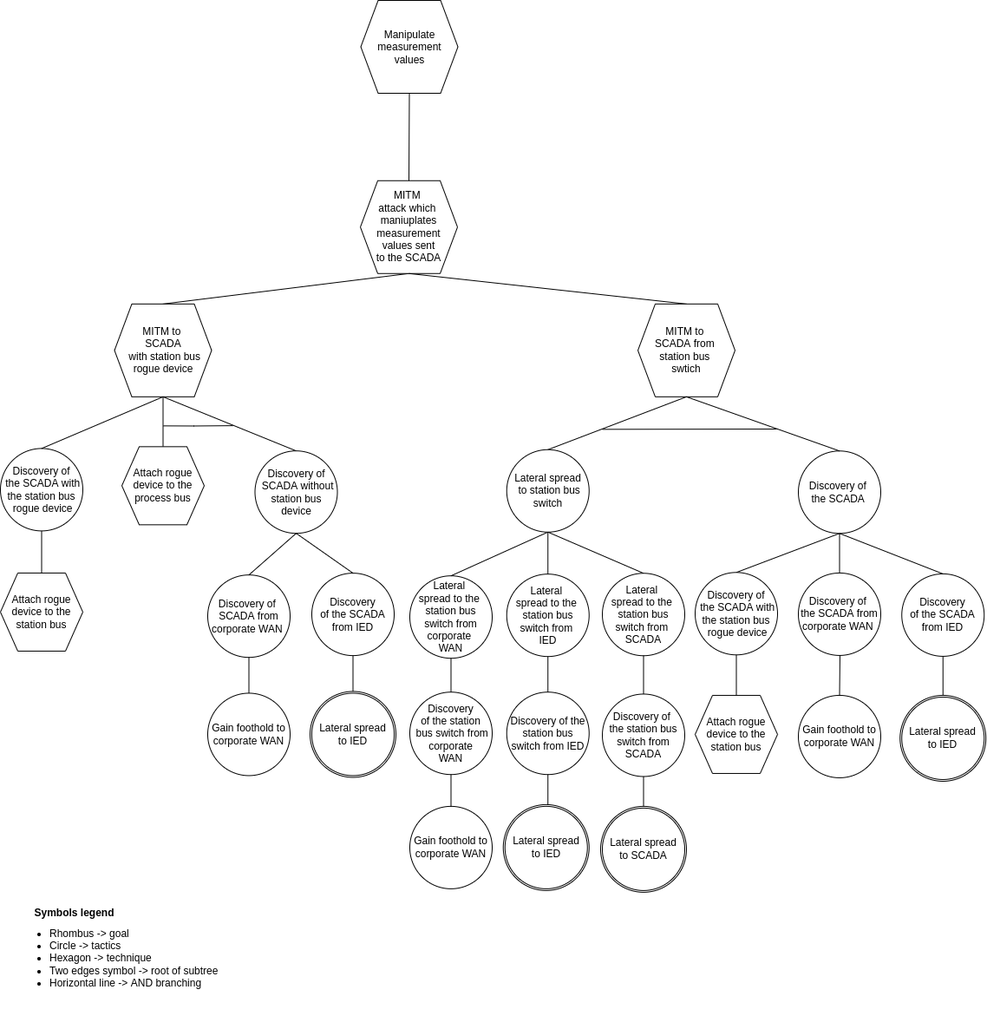
The draw.io diagram drawIO_trees/solution_3_4.drawio.png in mihaelM/Attack_trees, before a commit. Source tidied: cells renumbered, new cells last; positions are measured from the earlier drawing's top-left corner, leaving out a move shared by most shapes.
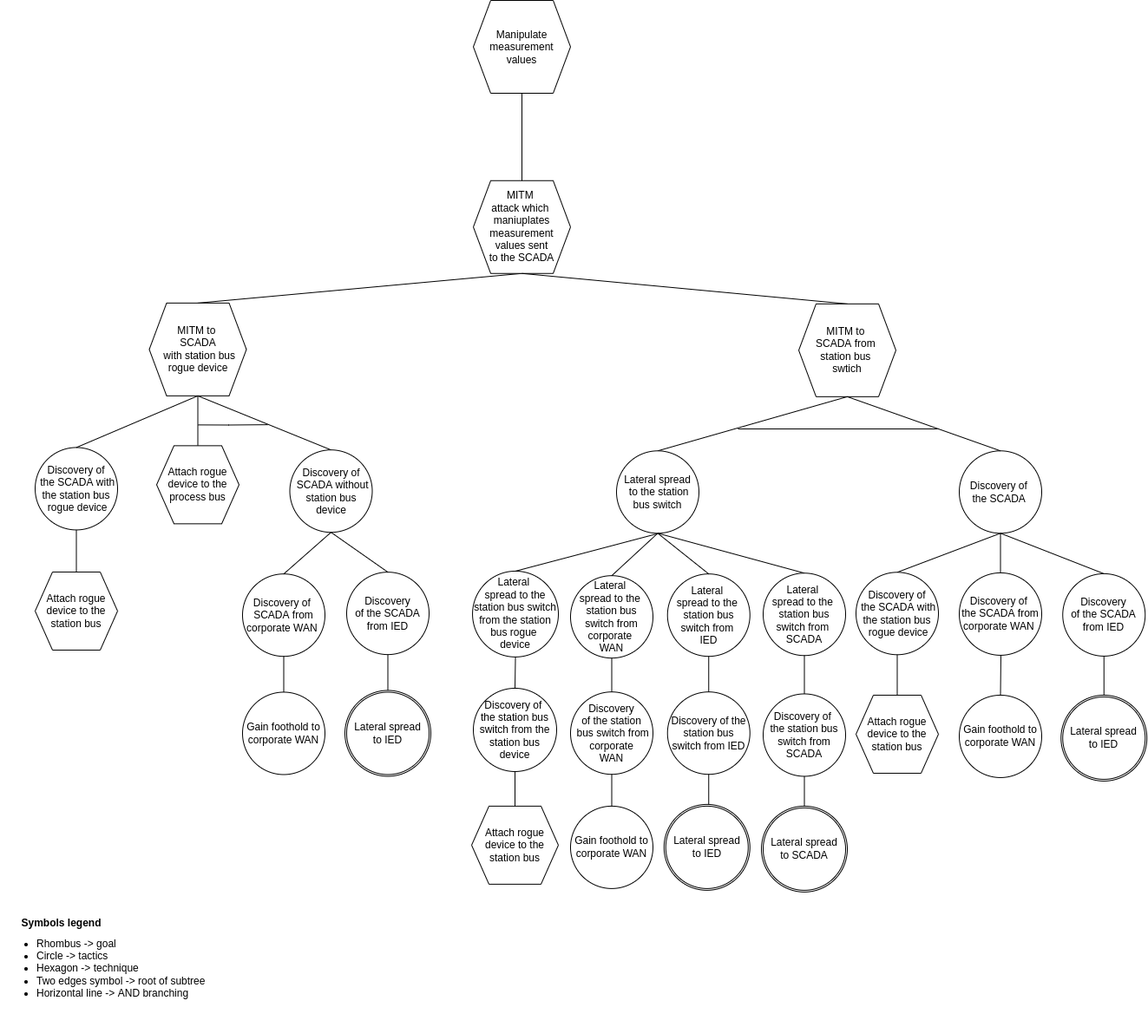
Above is the later version.

Diff of the diagram source:
```diff
@@ -3,19 +3,19 @@
     <mxCell id="0" />
     <mxCell id="1" parent="0" />
     <mxCell id="2" value="&lt;font style=&quot;font-size: 12px&quot;&gt;Symbols legend&lt;/font&gt;" style="text;strokeColor=none;fillColor=none;html=1;fontSize=24;fontStyle=1;verticalAlign=middle;align=center;" parent="1" vertex="1">
-      <mxGeometry x="35" y="1027.9" width="100" height="40" as="geometry" />
+      <mxGeometry x="-165" y="1040" width="100" height="40" as="geometry" />
     </mxCell>
     <mxCell id="3" value="&lt;ul&gt;&lt;li&gt;&lt;span&gt;Rhombus -&amp;gt; goal&lt;/span&gt;&lt;/li&gt;&lt;li&gt;&lt;span&gt;Circle -&amp;gt; tactics&lt;/span&gt;&lt;br&gt;&lt;/li&gt;&lt;li&gt;Hexagon -&amp;gt; technique&lt;/li&gt;&lt;li&gt;Two edges symbol -&amp;gt; root of subtree&lt;/li&gt;&lt;li&gt;Horizontal line -&amp;gt; AND branching&lt;/li&gt;&lt;/ul&gt;" style="text;strokeColor=none;fillColor=none;html=1;whiteSpace=wrap;verticalAlign=middle;overflow=hidden;fontSize=12;" parent="1" vertex="1">
-      <mxGeometry x="15" y="1037.9" width="256" height="132.1" as="geometry" />
+      <mxGeometry x="-185" y="1050" width="256" height="132.1" as="geometry" />
     </mxCell>
     <mxCell id="4" value="Manipulate measurement values" style="shape=hexagon;perimeter=hexagonPerimeter2;whiteSpace=wrap;html=1;fixedSize=1;" parent="1" vertex="1">
-      <mxGeometry x="415.5" width="112" height="107" as="geometry" />
+      <mxGeometry x="360" width="112" height="107" as="geometry" />
     </mxCell>
     <mxCell id="5" style="endArrow=none;html=1;rounded=0;entryX=0.5;entryY=0;entryDx=0;entryDy=0;exitX=0.5;exitY=1;exitDx=0;exitDy=0;" parent="1" edge="1" source="6" target="32">
       <mxGeometry relative="1" as="geometry" />
     </mxCell>
     <mxCell id="6" value="MITM &lt;br&gt;attack which &lt;br&gt;maniuplates measurement values sent&lt;br&gt;to the SCADA" style="shape=hexagon;perimeter=hexagonPerimeter2;whiteSpace=wrap;html=1;fixedSize=1;" parent="1" vertex="1">
-      <mxGeometry x="415" y="207.8" width="112" height="107" as="geometry" />
+      <mxGeometry x="360" y="207.8" width="112" height="107" as="geometry" />
     </mxCell>
     <mxCell id="7" value="Gain foothold to corporate WAN" style="ellipse;whiteSpace=wrap;html=1;" parent="1" vertex="1">
       <mxGeometry x="472" y="928.9" width="95" height="95" as="geometry" />
@@ -36,10 +36,10 @@
       <mxGeometry relative="1" as="geometry" />
     </mxCell>
     <mxCell id="13" value="Attach rogue device to the station bus" style="shape=hexagon;perimeter=hexagonPerimeter2;whiteSpace=wrap;html=1;fixedSize=1;" parent="1" vertex="1">
-      <mxGeometry y="660" width="95" height="90" as="geometry" />
+      <mxGeometry x="-145" y="659" width="95" height="90" as="geometry" />
     </mxCell>
     <mxCell id="14" value="Discovery of&lt;br&gt;&amp;nbsp;the SCADA with the station bus&lt;br&gt;&amp;nbsp;rogue device" style="ellipse;whiteSpace=wrap;html=1;" parent="1" vertex="1">
-      <mxGeometry y="516.4" width="95" height="95" as="geometry" />
+      <mxGeometry x="-145" y="515.4" width="95" height="95" as="geometry" />
     </mxCell>
     <mxCell id="15" style="endArrow=none;html=1;rounded=0;exitX=0.5;exitY=1;exitDx=0;exitDy=0;entryX=0.5;entryY=0;entryDx=0;entryDy=0;" parent="1" edge="1" source="14" target="13">
       <mxGeometry relative="1" as="geometry" />
@@ -90,15 +90,15 @@
     </mxCell>
     <mxCell id="30" style="endArrow=none;html=1;rounded=0;" parent="1" edge="1">
       <mxGeometry relative="1" as="geometry">
-        <mxPoint x="694" y="494.3" as="sourcePoint" />
+        <mxPoint x="665" y="494" as="sourcePoint" />
         <mxPoint x="895" y="494" as="targetPoint" />
       </mxGeometry>
     </mxCell>
-    <mxCell id="31" value="Lateral spread&lt;br&gt;&amp;nbsp;to station bus switch" style="ellipse;whiteSpace=wrap;html=1;" parent="1" vertex="1">
-      <mxGeometry x="583.8" y="517.8" width="95" height="95" as="geometry" />
+    <mxCell id="31" value="Lateral spread&lt;br&gt;&amp;nbsp;to the station bus switch" style="ellipse;whiteSpace=wrap;html=1;" parent="1" vertex="1">
+      <mxGeometry x="525" y="519.3" width="95" height="95" as="geometry" />
     </mxCell>
     <mxCell id="32" value="MITM to &lt;br&gt;SCADA&lt;br&gt;&amp;nbsp;with station bus rogue device" style="shape=hexagon;perimeter=hexagonPerimeter2;whiteSpace=wrap;html=1;fixedSize=1;" parent="1" vertex="1">
-      <mxGeometry x="131.5" y="349.9" width="112" height="107" as="geometry" />
+      <mxGeometry x="-13.5" y="348.9" width="112" height="107" as="geometry" />
     </mxCell>
     <mxCell id="33" style="endArrow=none;html=1;rounded=0;entryX=0.5;entryY=0;entryDx=0;entryDy=0;exitX=0.5;exitY=1;exitDx=0;exitDy=0;" parent="1" edge="1" source="32" target="14">
       <mxGeometry relative="1" as="geometry" />
@@ -120,38 +120,38 @@
     </mxCell>
     <mxCell id="39" style="endArrow=none;html=1;rounded=0;" parent="1" edge="1">
       <mxGeometry relative="1" as="geometry">
-        <mxPoint x="188" y="490.3" as="sourcePoint" />
-        <mxPoint x="268" y="490.1" as="targetPoint" />
+        <mxPoint x="43" y="489.4" as="sourcePoint" />
+        <mxPoint x="123" y="489.1" as="targetPoint" />
         <Array as="points">
-          <mxPoint x="223" y="490.5" />
+          <mxPoint x="78" y="489.5" />
         </Array>
       </mxGeometry>
     </mxCell>
     <mxCell id="40" value="Attach rogue device to the process bus" style="shape=hexagon;perimeter=hexagonPerimeter2;whiteSpace=wrap;html=1;fixedSize=1;" parent="1" vertex="1">
-      <mxGeometry x="140" y="514.3" width="95" height="90" as="geometry" />
+      <mxGeometry x="-5" y="513.4" width="95" height="90" as="geometry" />
     </mxCell>
     <mxCell id="41" value="Discovery of&lt;br&gt;&amp;nbsp;SCADA without station bus device" style="ellipse;whiteSpace=wrap;html=1;" parent="1" vertex="1">
-      <mxGeometry x="293.5" y="519.2" width="95" height="95" as="geometry" />
+      <mxGeometry x="148.5" y="518.2" width="95" height="95" as="geometry" />
     </mxCell>
     <mxCell id="42" value="Gain foothold to corporate WAN" style="ellipse;whiteSpace=wrap;html=1;" parent="1" vertex="1">
-      <mxGeometry x="239" y="798.4" width="95" height="95" as="geometry" />
+      <mxGeometry x="94" y="797.5" width="95" height="95" as="geometry" />
     </mxCell>
     <mxCell id="43" style="endArrow=none;html=1;rounded=0;exitX=0.5;exitY=1;exitDx=0;exitDy=0;entryX=0.5;entryY=0;entryDx=0;entryDy=0;" parent="1" edge="1" source="44" target="42">
       <mxGeometry relative="1" as="geometry" />
     </mxCell>
     <mxCell id="44" value="Discovery&amp;nbsp;of &lt;br&gt;SCADA from corporate WAN&amp;nbsp;" style="ellipse;whiteSpace=wrap;html=1;" parent="1" vertex="1">
-      <mxGeometry x="239" y="662.2" width="95" height="95" as="geometry" />
+      <mxGeometry x="94" y="661.2" width="95" height="95" as="geometry" />
     </mxCell>
     <mxCell id="45" style="endArrow=none;html=1;rounded=0;entryX=0.5;entryY=1;entryDx=0;entryDy=0;exitX=0.5;exitY=0;exitDx=0;exitDy=0;" parent="1" edge="1" source="44" target="41">
       <mxGeometry relative="1" as="geometry" />
     </mxCell>
     <mxCell id="46" style="endArrow=none;html=1;rounded=0;exitX=0.5;exitY=1;exitDx=0;exitDy=0;entryX=0.5;entryY=0;entryDx=0;entryDy=0;" parent="1" edge="1" source="47">
       <mxGeometry relative="1" as="geometry">
-        <mxPoint x="406.5" y="799.7" as="targetPoint" />
+        <mxPoint x="261.5" y="798.7" as="targetPoint" />
       </mxGeometry>
     </mxCell>
     <mxCell id="47" value="Discovery&lt;br&gt;of the SCADA from IED" style="ellipse;whiteSpace=wrap;html=1;" parent="1" vertex="1">
-      <mxGeometry x="359" y="660.1" width="95" height="95" as="geometry" />
+      <mxGeometry x="214" y="659.1" width="95" height="95" as="geometry" />
     </mxCell>
     <mxCell id="48" style="endArrow=none;html=1;rounded=0;exitX=0.5;exitY=0;exitDx=0;exitDy=0;entryX=0.5;entryY=1;entryDx=0;entryDy=0;" parent="1" edge="1" source="47" target="41">
       <mxGeometry relative="1" as="geometry" />
@@ -191,10 +191,10 @@
       </mxGeometry>
     </mxCell>
     <mxCell id="59" style="ellipse;whiteSpace=wrap;html=1;" parent="1" vertex="1">
-      <mxGeometry x="357" y="796.4" width="99" height="99" as="geometry" />
+      <mxGeometry x="212" y="795.5" width="99" height="99" as="geometry" />
     </mxCell>
     <mxCell id="60" value="Lateral spread&lt;br&gt;to IED" style="ellipse;whiteSpace=wrap;html=1;" parent="1" vertex="1">
-      <mxGeometry x="359" y="798.4" width="95" height="95" as="geometry" />
+      <mxGeometry x="214" y="797.5" width="95" height="95" as="geometry" />
     </mxCell>
     <mxCell id="61" style="ellipse;whiteSpace=wrap;html=1;" parent="1" vertex="1">
       <mxGeometry x="579.8" y="926.9" width="99" height="99" as="geometry" />
@@ -214,5 +214,25 @@
     <mxCell id="66" value="Lateral spread&lt;br&gt;to SCADA" style="ellipse;whiteSpace=wrap;html=1;" parent="1" vertex="1">
       <mxGeometry x="694" y="930.9" width="95" height="95" as="geometry" />
     </mxCell>
+    <mxCell id="67" style="endArrow=none;html=1;rounded=0;entryX=0.5;entryY=0;entryDx=0;entryDy=0;exitX=0.5;exitY=1;exitDx=0;exitDy=0;" parent="1" edge="1" target="68">
+      <mxGeometry relative="1" as="geometry">
+        <mxPoint x="574" y="614.3" as="sourcePoint" />
+      </mxGeometry>
+    </mxCell>
+    <mxCell id="68" value="Lateral &lt;br&gt;spread to the station bus switch from the station bus rogue &lt;br&gt;device" style="ellipse;whiteSpace=wrap;html=1;" parent="1" vertex="1">
+      <mxGeometry x="359.1" y="657.9" width="98.9" height="98.9" as="geometry" />
+    </mxCell>
+    <mxCell id="69" value="Discovery of &lt;br&gt;the station bus switch from the station bus device" style="ellipse;whiteSpace=wrap;html=1;" parent="1" vertex="1">
+      <mxGeometry x="360" y="793" width="96" height="96" as="geometry" />
+    </mxCell>
+    <mxCell id="70" value="Attach rogue device to the station bus" style="shape=hexagon;perimeter=hexagonPerimeter2;whiteSpace=wrap;html=1;fixedSize=1;" parent="1" vertex="1">
+      <mxGeometry x="358" y="928.9" width="100" height="90" as="geometry" />
+    </mxCell>
+    <mxCell id="71" style="endArrow=none;html=1;rounded=0;entryX=0.5;entryY=1;entryDx=0;entryDy=0;" parent="1" edge="1" source="70" target="69">
+      <mxGeometry relative="1" as="geometry" />
+    </mxCell>
+    <mxCell id="72" style="endArrow=none;html=1;rounded=0;exitX=0.5;exitY=0;exitDx=0;exitDy=0;entryX=0.5;entryY=1;entryDx=0;entryDy=0;" parent="1" edge="1" source="69" target="68">
+      <mxGeometry relative="1" as="geometry" />
+    </mxCell>
   </root>
 </mxGraphModel>
```
